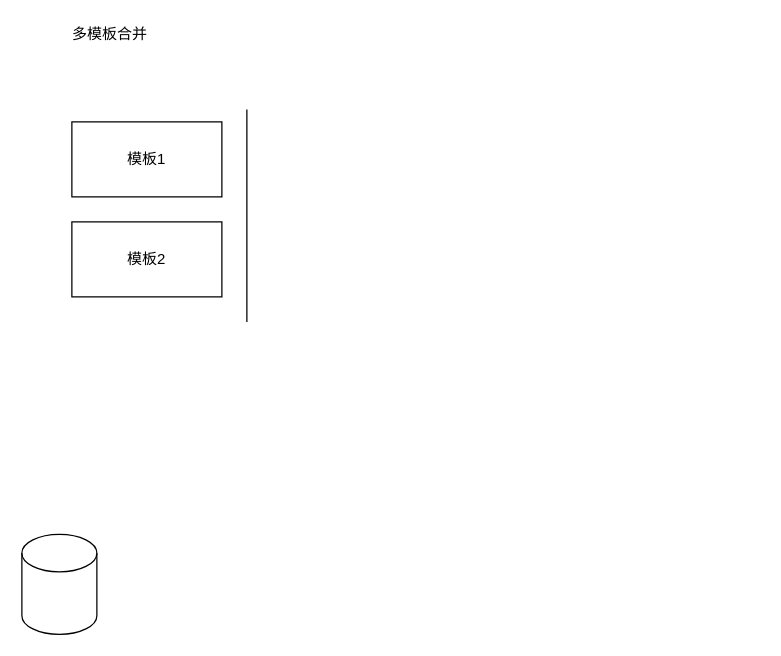
Above: rongda-dep/rule sync.drawio in cherishsince/diagrams.net (draw.io), before the change. Source tidied: cells renumbered, new cells numbered last; positions are measured from the earlier drawing's top-left corner, leaving out a move shared by most shapes. Both pictures are drawn from the tidied source at 125%, with x=0, y=0 at pixel (21, 21).
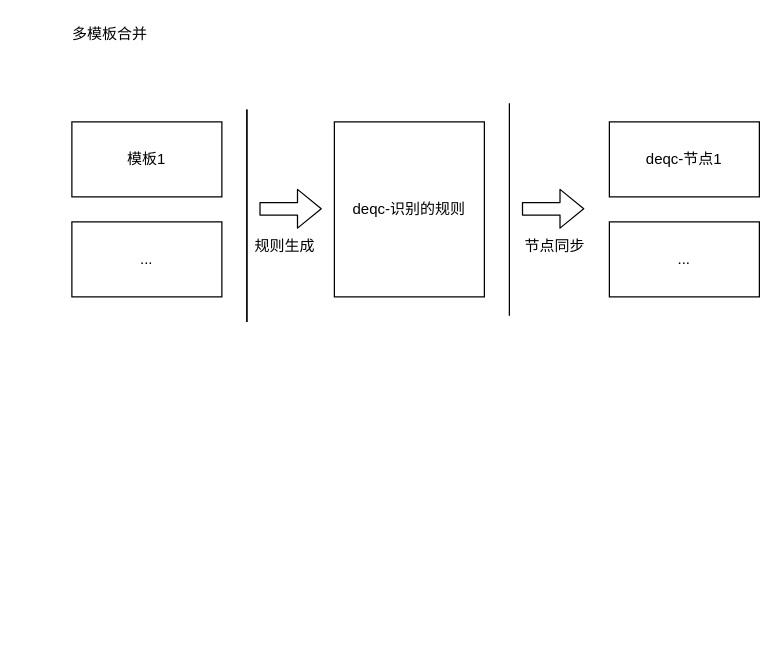
The same page after the edit.

The edit, as a diff of the source:
```diff
@@
 <mxGraphModel>
   <root>
     <mxCell id="0" />
     <mxCell id="1" parent="0" />
-    <mxCell id="2" style="shape=cylinder3;whiteSpace=wrap;html=1;boundedLbl=1;backgroundOutline=1;size=15;" parent="1" vertex="1">
-      <mxGeometry y="410" width="60" height="80" as="geometry" />
-    </mxCell>
     <mxCell id="3" value="模板1" style="rounded=0;whiteSpace=wrap;html=1;" parent="1" vertex="1">
       <mxGeometry x="40" y="80" width="120" height="60" as="geometry" />
     </mxCell>
-    <mxCell id="4" value="模板2" style="rounded=0;whiteSpace=wrap;html=1;" parent="1" vertex="1">
+    <mxCell id="4" value="..." style="rounded=0;whiteSpace=wrap;html=1;" parent="1" vertex="1">
       <mxGeometry x="40" y="160" width="120" height="60" as="geometry" />
     </mxCell>
     <mxCell id="5" style="endArrow=none;html=1;" parent="1" edge="1">
       <mxGeometry relative="1" as="geometry">
         <mxPoint x="180" y="240" as="sourcePoint" />
         <mxPoint x="180" y="70" as="targetPoint" />
       </mxGeometry>
     </mxCell>
     <mxCell id="6" value="多模板合并" style="text;html=1;align=center;verticalAlign=middle;strokeColor=none;" parent="1" vertex="1">
       <mxGeometry x="30" width="80" height="20" as="geometry" />
     </mxCell>
+    <mxCell id="7" value="deqc-识别的规则" style="rounded=0;whiteSpace=wrap;html=1;" parent="1" vertex="1">
+      <mxGeometry x="250" y="80" width="120" height="140" as="geometry" />
+    </mxCell>
+    <mxCell id="8" style="shape=flexArrow;endArrow=classic;html=1;" parent="1" edge="1">
+      <mxGeometry relative="1" as="geometry">
+        <mxPoint x="190" y="149.5" as="sourcePoint" />
+        <mxPoint x="240" y="149.5" as="targetPoint" />
+      </mxGeometry>
+    </mxCell>
+    <mxCell id="9" value="规则生成" style="text;html=1;align=center;verticalAlign=middle;strokeColor=none;" parent="1" vertex="1">
+      <mxGeometry x="180" y="170" width="60" height="20" as="geometry" />
+    </mxCell>
+    <mxCell id="10" value="deqc-节点1" style="rounded=0;whiteSpace=wrap;html=1;" parent="1" vertex="1">
+      <mxGeometry x="470" y="80" width="120" height="60" as="geometry" />
+    </mxCell>
+    <mxCell id="11" value="..." style="rounded=0;whiteSpace=wrap;html=1;" parent="1" vertex="1">
+      <mxGeometry x="470" y="160" width="120" height="60" as="geometry" />
+    </mxCell>
+    <mxCell id="12" style="endArrow=none;html=1;" parent="1" edge="1">
+      <mxGeometry relative="1" as="geometry">
+        <mxPoint x="390" y="235" as="sourcePoint" />
+        <mxPoint x="390" y="65" as="targetPoint" />
+      </mxGeometry>
+    </mxCell>
+    <mxCell id="13" style="shape=flexArrow;endArrow=classic;html=1;" parent="1" edge="1">
+      <mxGeometry relative="1" as="geometry">
+        <mxPoint x="400" y="149.5" as="sourcePoint" />
+        <mxPoint x="450" y="149.5" as="targetPoint" />
+      </mxGeometry>
+    </mxCell>
+    <mxCell id="14" style="endArrow=none;html=1;" parent="1" edge="1">
+      <mxGeometry relative="1" as="geometry">
+        <mxPoint x="180" y="240" as="sourcePoint" />
+        <mxPoint x="180" y="70" as="targetPoint" />
+      </mxGeometry>
+    </mxCell>
+    <mxCell id="15" value="节点同步" style="text;html=1;align=center;verticalAlign=middle;strokeColor=none;" parent="1" vertex="1">
+      <mxGeometry x="396" y="170" width="60" height="20" as="geometry" />
+    </mxCell>
   </root>
 </mxGraphModel>
```
